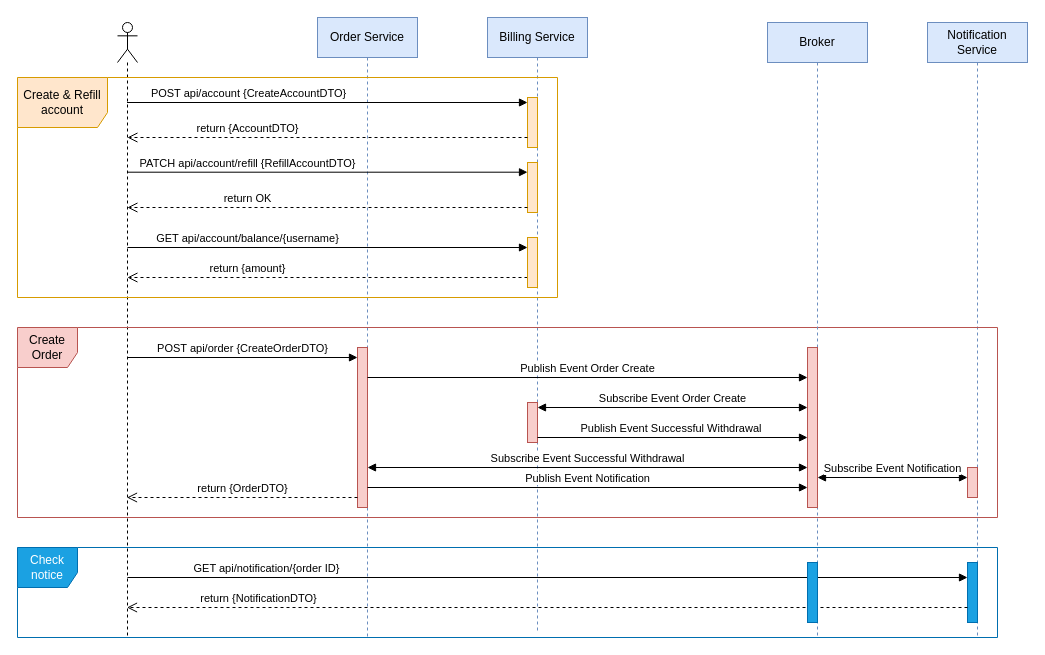
Above: architecture-schemes/Event_Collaboration-scheme.drawio in ggoofie/otus-microservices-hw7 (draw.io), before the change. Source tidied: cells renumbered, new cells numbered last; positions are measured from the earlier drawing's top-left corner, leaving out a move shared by most shapes. Both pictures are drawn from the tidied source at 100%, with x=0, y=0 at pixel (17, 17).
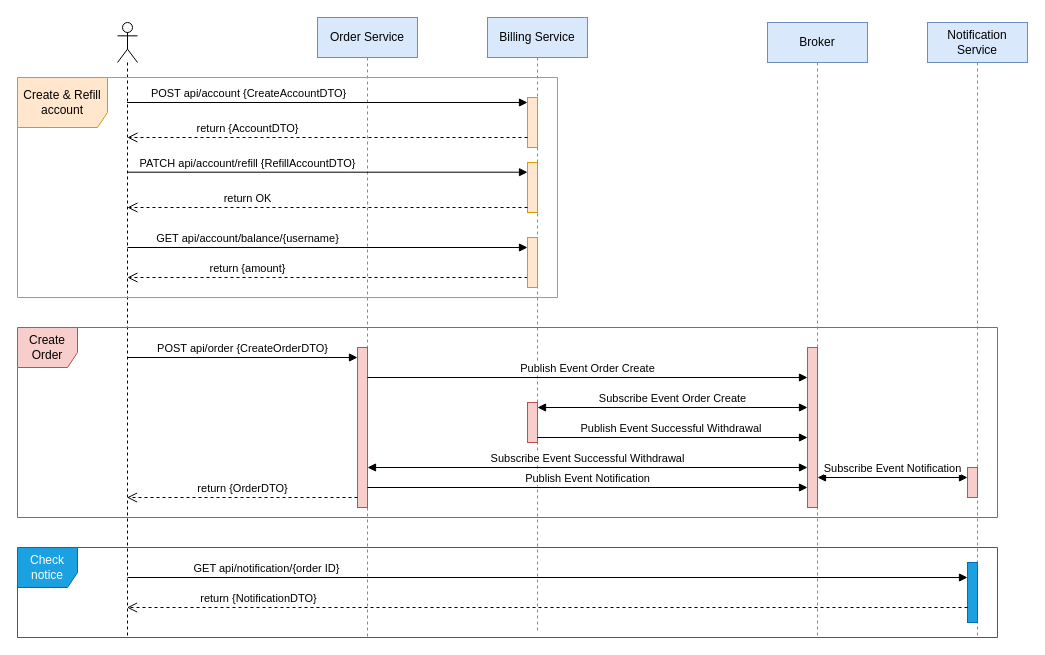
The same diagram, later.

Commit message (it also covers changes not shown here):
Update arch shemes

Unchanged cells that the change refers to:
```xml
<mxCell id="26" value="Broker" style="shape=umlLifeline;perimeter=lifelinePerimeter;whiteSpace=wrap;html=1;newEdgeStyle={&quot;curved&quot;:0,&quot;rounded&quot;:0};fillColor=#dae8fc;strokeColor=#6c8ebf;" parent="1" vertex="1">
  <mxGeometry x="750" y="5" width="100" height="615" as="geometry" />
</mxCell>
```

Diff of the diagram source:
```diff
@@
-    <mxCell id="28" style="html=1;perimeter=orthogonalPerimeter;targetShapes=umlLifeline;newEdgeStyle={&quot;curved&quot;:0,&quot;rounded&quot;:0};fillColor=#1ba1e2;strokeColor=#006EAF;fontColor=#ffffff;" parent="26" vertex="1">
-      <mxGeometry x="40" y="540" width="10" height="60" as="geometry" />
-    </mxCell>
```
